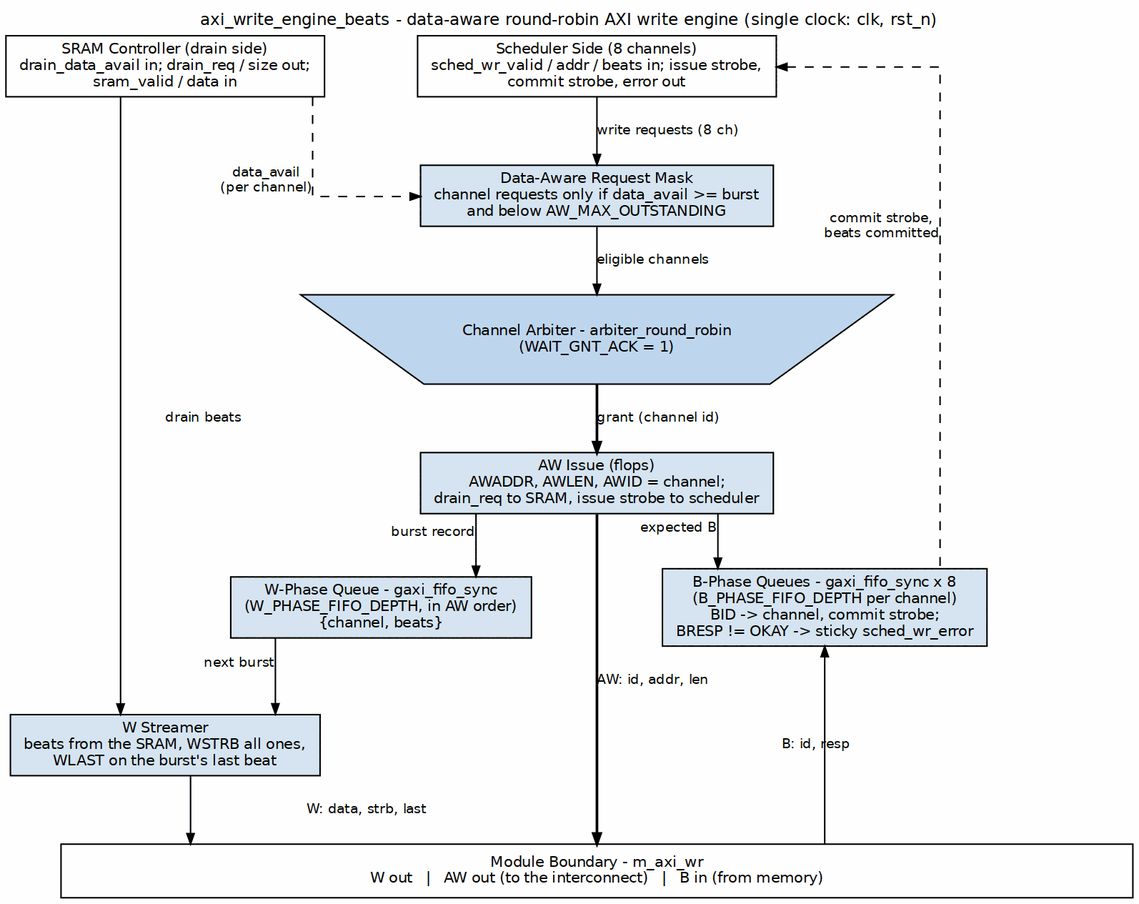
sean-galloway/RTLDesignSherpa keeps this Graphviz diagram as projects/components/dma-ip/rapids/docs/rapids_beats_mas/assets/graphviz/04_axi_write_engine.png. Above is the earlier version. Its source is kept beside it as projects/components/dma-ip/rapids/docs/rapids_beats_mas/assets/graphviz/04_axi_write_engine.dot. The source it was exported from:
```dot
digraph axi_write_engine_beats {
    graph [rankdir=TB, bgcolor="white", fontname="Helvetica", fontsize=11,
           nodesep="0.40", ranksep="0.50", splines=ortho,
           label="axi_write_engine_beats - data-aware round-robin AXI write engine (single clock: clk, rst_n)",
           labelloc=t, labeljust=c];
    node  [fontname="Helvetica", fontsize=10, shape=box, style=filled,
           fillcolor="#D6E4F0", color="black", margin="0.12,0.06"];
    edge  [fontname="Helvetica", fontsize=9, color="black", arrowsize=0.7];

    sram  [label="SRAM Controller (drain side)\ndrain_data_avail in; drain_req / size out;\nsram_valid / data in", fillcolor="white", group=L];
    sched [label="Scheduler Side (8 channels)\nsched_wr_valid / addr / beats in; issue strobe,\ncommit strobe, error out", fillcolor="white", group=C];

    mask  [label="Data-Aware Request Mask\nchannel requests only if data_avail >= burst\nand below AW_MAX_OUTSTANDING", group=C];
    arb   [label="Channel Arbiter - arbiter_round_robin\n(WAIT_GNT_ACK = 1)", shape=invtrapezium, width=4.6, fillcolor="#BFD7EE", group=C];
    aw    [label="AW Issue (flops)\nAWADDR, AWLEN, AWID = channel;\ndrain_req to SRAM, issue strobe to scheduler", group=C];
    wph   [label="W-Phase Queue - gaxi_fifo_sync\n(W_PHASE_FIFO_DEPTH, in AW order)\n{channel, beats}", group=M];
    wgen  [label="W Streamer\nbeats from the SRAM, WSTRB all ones,\nWLAST on the burst's last beat", group=L];
    bph   [label="B-Phase Queues - gaxi_fifo_sync x 8\n(B_PHASE_FIFO_DEPTH per channel)\nBID -> channel, commit strobe;\nBRESP != OKAY -> sticky sched_wr_error", group=R];

    bar [label="Module Boundary - m_axi_wr\nW out   |   AW out (to the interconnect)   |   B in (from memory)", fillcolor="white", width=10.0, group=C];

    sched -> mask [label="write requests (8 ch)"];
    sram  -> mask [style=dashed, xlabel="data_avail\n(per channel)"];
    mask  -> arb  [label="eligible channels"];
    arb   -> aw   [label="grant (channel id)", penwidth=1.8];
    aw    -> wph  [xlabel="burst record"];
    aw    -> bph  [xlabel="expected B"];
    wph   -> wgen [xlabel="next burst"];
    sram  -> wgen [label="drain beats"];
    wgen  -> bar  [label="W: data, strb, last"];
    aw    -> bar  [label="AW: id, addr, len", penwidth=1.8];
    bph   -> bar  [dir=back, label="B: id, resp"];
    sched -> bph  [dir=back, style=dashed, constraint=false, xlabel="commit strobe,\nbeats committed"];

    { rank=same; sram; sched; }
    sram -> sched [style=invis];
    { rank=same; wph; bph; }
    wph -> bph [style=invis];
}
```
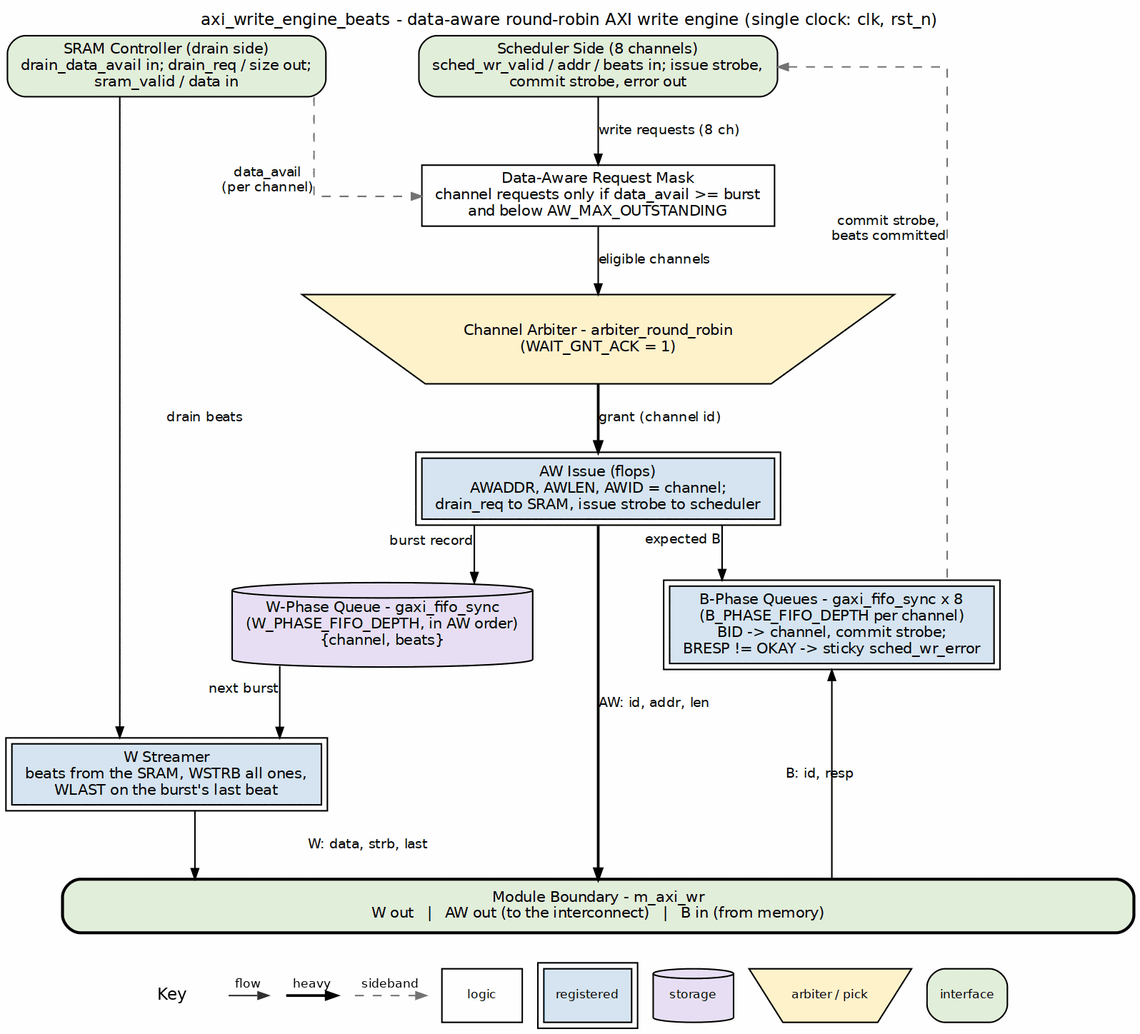
After the change.

The edit, as a diff of the source:
```diff
@@ -4,23 +4,23 @@
            label="axi_write_engine_beats - data-aware round-robin AXI write engine (single clock: clk, rst_n)",
            labelloc=t, labeljust=c];
     node  [fontname="Helvetica", fontsize=10, shape=box, style=filled,
-           fillcolor="#D6E4F0", color="black", margin="0.12,0.06"];
+           fillcolor="white", color="black", margin="0.12,0.06"];
     edge  [fontname="Helvetica", fontsize=9, color="black", arrowsize=0.7];
 
-    sram  [label="SRAM Controller (drain side)\ndrain_data_avail in; drain_req / size out;\nsram_valid / data in", fillcolor="white", group=L];
-    sched [label="Scheduler Side (8 channels)\nsched_wr_valid / addr / beats in; issue strobe,\ncommit strobe, error out", fillcolor="white", group=C];
+    sram  [label="SRAM Controller (drain side)\ndrain_data_avail in; drain_req / size out;\nsram_valid / data in", fillcolor="white", group=L, style="rounded,filled", fillcolor="#E2EFDA"];
+    sched [label="Scheduler Side (8 channels)\nsched_wr_valid / addr / beats in; issue strobe,\ncommit strobe, error out", fillcolor="white", group=C, style="rounded,filled", fillcolor="#E2EFDA"];
 
-    mask  [label="Data-Aware Request Mask\nchannel requests only if data_avail >= burst\nand below AW_MAX_OUTSTANDING", group=C];
-    arb   [label="Channel Arbiter - arbiter_round_robin\n(WAIT_GNT_ACK = 1)", shape=invtrapezium, width=4.6, fillcolor="#BFD7EE", group=C];
-    aw    [label="AW Issue (flops)\nAWADDR, AWLEN, AWID = channel;\ndrain_req to SRAM, issue strobe to scheduler", group=C];
-    wph   [label="W-Phase Queue - gaxi_fifo_sync\n(W_PHASE_FIFO_DEPTH, in AW order)\n{channel, beats}", group=M];
-    wgen  [label="W Streamer\nbeats from the SRAM, WSTRB all ones,\nWLAST on the burst's last beat", group=L];
-    bph   [label="B-Phase Queues - gaxi_fifo_sync x 8\n(B_PHASE_FIFO_DEPTH per channel)\nBID -> channel, commit strobe;\nBRESP != OKAY -> sticky sched_wr_error", group=R];
+    mask  [label="Data-Aware Request Mask\nchannel requests only if data_avail >= burst\nand below AW_MAX_OUTSTANDING", group=C, style="filled", fillcolor="white"];
+    arb   [label="Channel Arbiter - arbiter_round_robin\n(WAIT_GNT_ACK = 1)", shape=invtrapezium, width=4.6, fillcolor="#BFD7EE", group=C, style="filled", fillcolor="#FFF2CC"];
+    aw    [label="AW Issue (flops)\nAWADDR, AWLEN, AWID = channel;\ndrain_req to SRAM, issue strobe to scheduler", group=C, peripheries=2, style="filled", fillcolor="#D6E4F0"];
+    wph   [label="W-Phase Queue - gaxi_fifo_sync\n(W_PHASE_FIFO_DEPTH, in AW order)\n{channel, beats}", group=M, shape=cylinder, style="filled", fillcolor="#E8DFF5"];
+    wgen  [label="W Streamer\nbeats from the SRAM, WSTRB all ones,\nWLAST on the burst's last beat", group=L, peripheries=2, style="filled", fillcolor="#D6E4F0"];
+    bph   [label="B-Phase Queues - gaxi_fifo_sync x 8\n(B_PHASE_FIFO_DEPTH per channel)\nBID -> channel, commit strobe;\nBRESP != OKAY -> sticky sched_wr_error", group=R, peripheries=2, style="filled", fillcolor="#D6E4F0"];
 
-    bar [label="Module Boundary - m_axi_wr\nW out   |   AW out (to the interconnect)   |   B in (from memory)", fillcolor="white", width=10.0, group=C];
+    bar [label="Module Boundary - m_axi_wr\nW out   |   AW out (to the interconnect)   |   B in (from memory)", fillcolor="white", width=10.0, group=C, style="rounded,filled,bold", fillcolor="#E2EFDA"];
 
     sched -> mask [label="write requests (8 ch)"];
-    sram  -> mask [style=dashed, xlabel="data_avail\n(per channel)"];
+    sram  -> mask [style=dashed, color="#777777", xlabel="data_avail\n(per channel)"];
     mask  -> arb  [label="eligible channels"];
     arb   -> aw   [label="grant (channel id)", penwidth=1.8];
     aw    -> wph  [xlabel="burst record"];
@@ -30,7 +30,7 @@
     wgen  -> bar  [label="W: data, strb, last"];
     aw    -> bar  [label="AW: id, addr, len", penwidth=1.8];
     bph   -> bar  [dir=back, label="B: id, resp"];
-    sched -> bph  [dir=back, style=dashed, constraint=false, xlabel="commit strobe,\nbeats committed"];
+    sched -> bph  [dir=back, style=dashed, color="#777777", constraint=false, xlabel="commit strobe,\nbeats committed"];
 
     { rank=same; sram; sched; }
     sram -> sched [style=invis];
```
